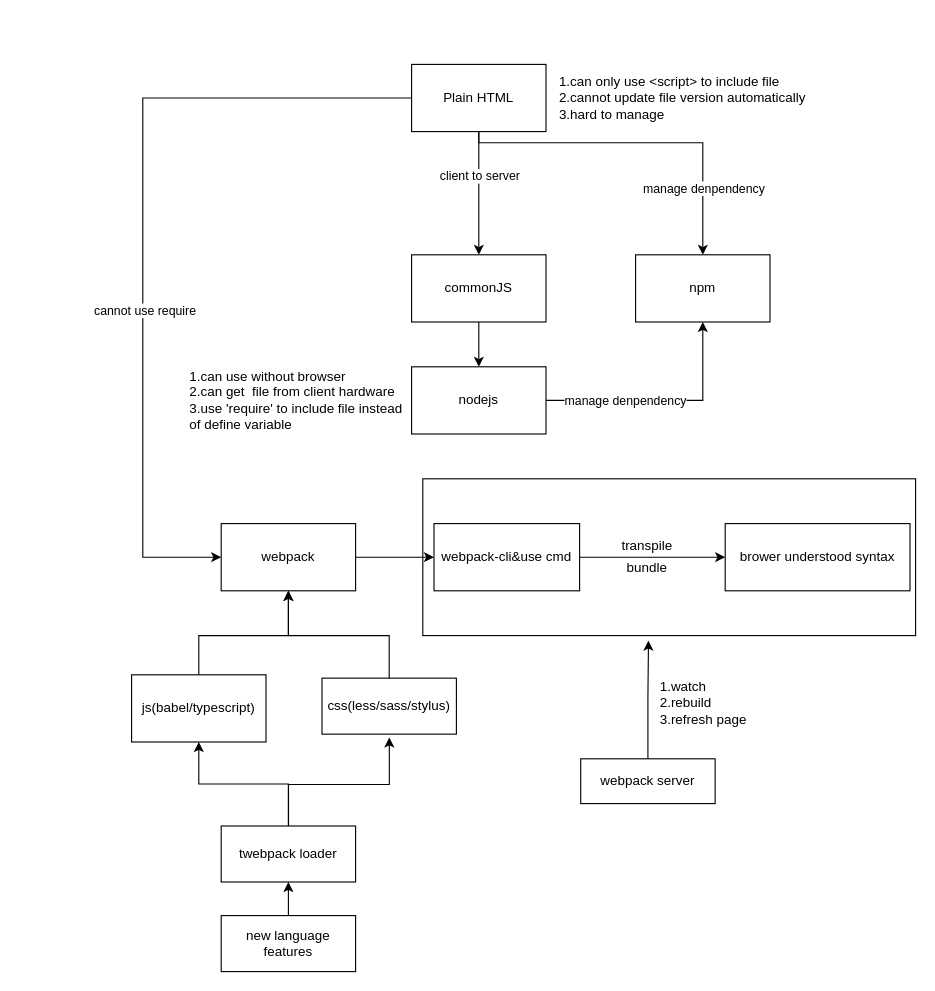
KINGZJS/drawio keeps this draw.io diagram as History of Frontend.drawio. Above is the earlier version. Source tidied: cells renumbered, new cells numbered last; positions are measured from the earlier drawing's top-left corner, leaving out a move shared by most shapes. Both pictures are drawn from the tidied source at 112%, with x=0, y=0 at pixel (131, 64).
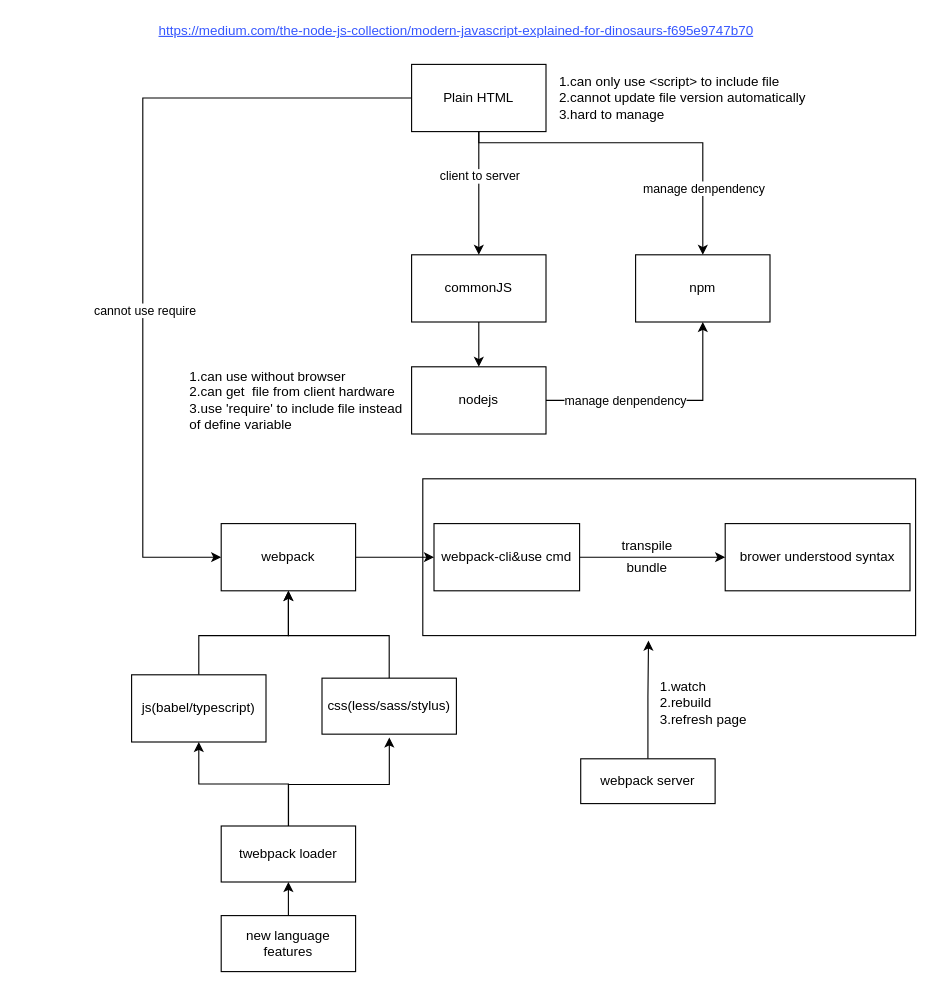
The same diagram, later.

The edit, as a diff of the source:
```diff
@@
+    <mxCell id="37" value="https://medium.com/the-node-js-collection/modern-javascript-explained-for-dinosaurs-f695e9747b70" style="text;html=1;strokeColor=none;fillColor=none;align=center;verticalAlign=middle;whiteSpace=wrap;rounded=0;fontColor=#3657FF;fontStyle=4;" parent="1" vertex="1">
+      <mxGeometry x="-100" y="-40" width="780" height="20" as="geometry" />
+    </mxCell>
```
